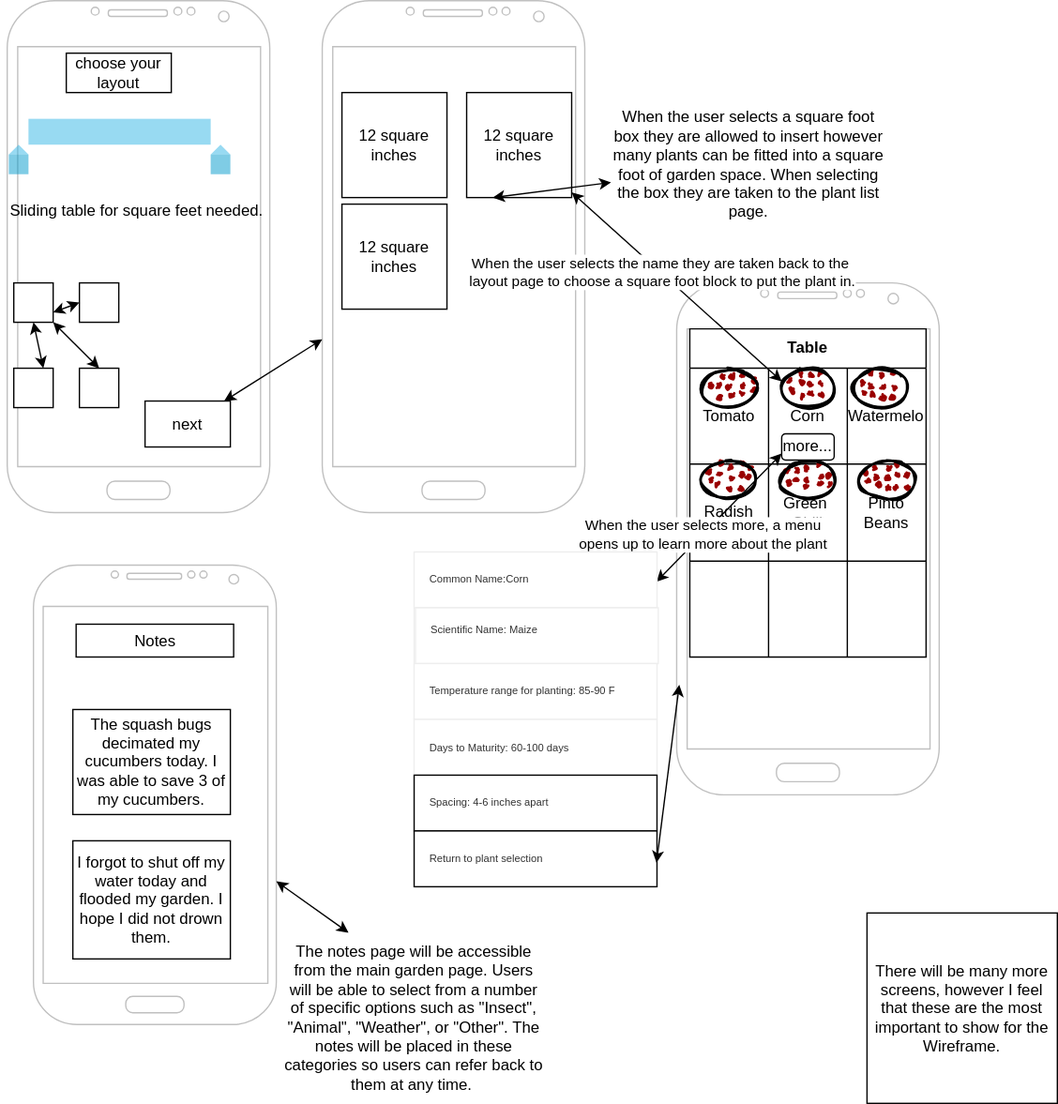
The draw.io diagram docs/img/wireframe.svg in ddc-java-12/personal-android-project-HDawson-coder, before a commit. Source tidied: cells renumbered, new cells last; positions are measured from the earlier drawing's top-left corner, leaving out a move shared by most shapes.
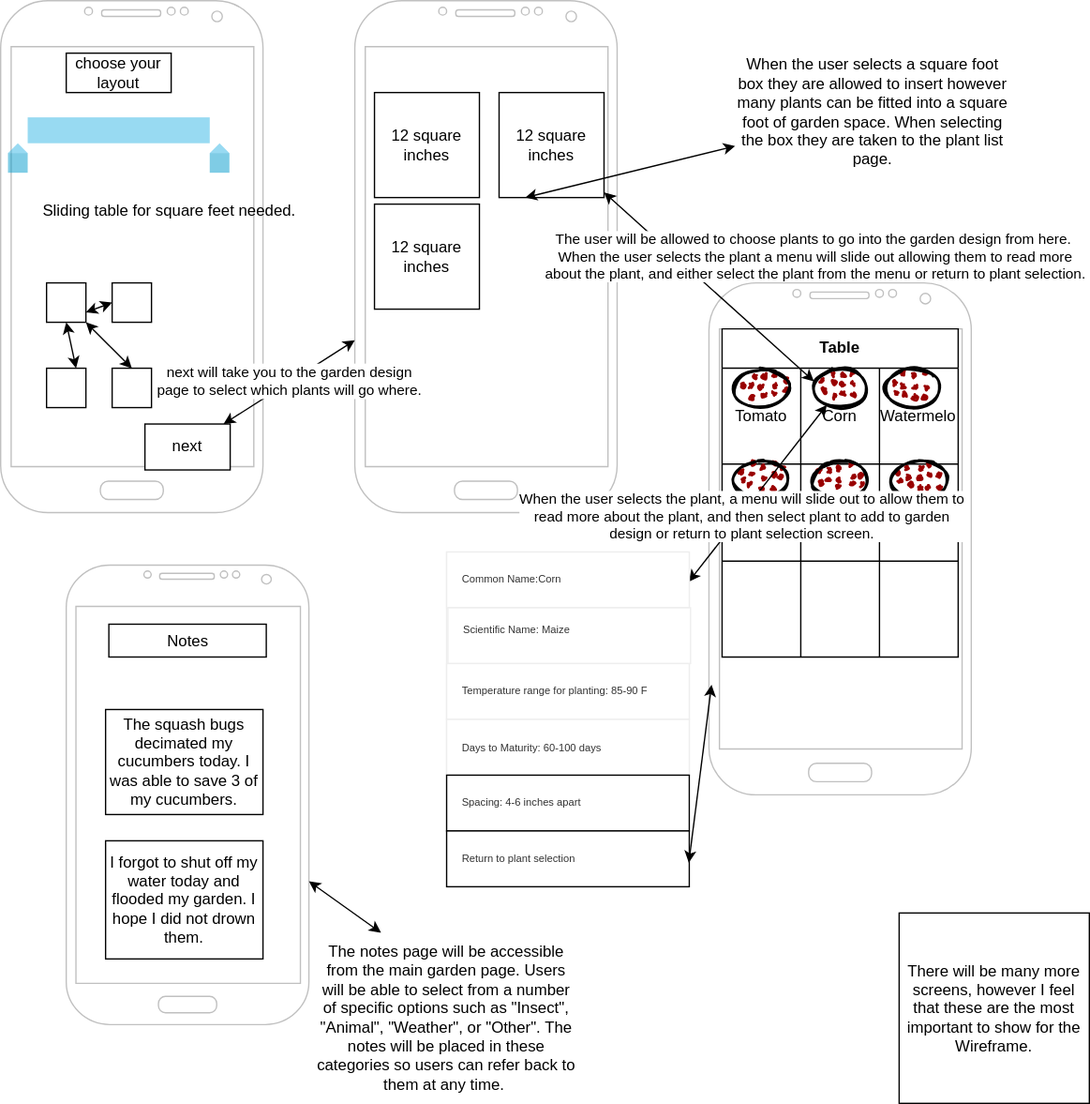
The same diagram one commit later.

Commit message:
Updated wireframe and erd.

The edit, as a diff of the source:
```diff
@@ -3,15 +3,15 @@
     <mxCell id="0" />
     <mxCell id="1" parent="0" />
     <mxCell id="2" style="verticalLabelPosition=bottom;verticalAlign=top;html=1;shadow=0;dashed=0;strokeWidth=1;shape=mxgraph.android.phone2;strokeColor=#c0c0c0;" parent="1" vertex="1">
-      <mxGeometry x="5" width="200" height="390" as="geometry" />
+      <mxGeometry x="-25" width="200" height="390" as="geometry" />
     </mxCell>
     <mxCell id="3" value="choose your layout" style="rounded=0;whiteSpace=wrap;html=1;" parent="1" vertex="1">
-      <mxGeometry x="50" y="40" width="80" height="30" as="geometry" />
+      <mxGeometry x="25" y="40" width="80" height="30" as="geometry" />
     </mxCell>
     <mxCell id="4" style="verticalLabelPosition=bottom;verticalAlign=top;html=1;shadow=0;dashed=0;strokeWidth=1;shape=mxgraph.android.phone2;strokeColor=#c0c0c0;" parent="1" vertex="1">
       <mxGeometry x="245" width="200" height="390" as="geometry" />
     </mxCell>
-    <mxCell id="5" style="endArrow=classic;startArrow=classic;html=1;" parent="1" edge="1" source="4" target="37">
+    <mxCell id="5" value="next will take you to the garden design &lt;br&gt;page to select which plants will go where." style="endArrow=classic;startArrow=classic;html=1;" parent="1" edge="1" source="4" target="37">
       <mxGeometry relative="1" as="geometry" />
     </mxCell>
     <mxCell id="6" style="verticalLabelPosition=bottom;verticalAlign=top;html=1;shadow=0;dashed=0;strokeWidth=1;shape=mxgraph.android.phone2;strokeColor=#c0c0c0;" parent="1" vertex="1">
@@ -75,12 +75,12 @@
       <mxGeometry x="655" y="350" width="40" height="30" as="geometry" />
     </mxCell>
     <mxCell id="26" style="verticalLabelPosition=bottom;verticalAlign=top;html=1;shadow=0;dashed=0;strokeWidth=1;shape=mxgraph.android.textSelHandles;fillColor=#33b5e5;strokeColor=#0099cc;" parent="1" vertex="1">
-      <mxGeometry x="6.2" y="90" width="168.8" height="42.2" as="geometry" />
+      <mxGeometry x="-19.4" y="88.9" width="168.8" height="42.2" as="geometry" />
     </mxCell>
-    <mxCell id="27" style="endArrow=classic;startArrow=classic;html=1;entryX=0.998;entryY=0.533;entryDx=0;entryDy=0;exitX=0;exitY=0.75;exitDx=0;exitDy=0;entryPerimeter=0;" parent="1" edge="1" source="53" target="46">
+    <mxCell id="27" style="endArrow=classic;startArrow=classic;html=1;entryX=0.998;entryY=0.533;entryDx=0;entryDy=0;entryPerimeter=0;" parent="1" edge="1" source="22" target="46">
       <mxGeometry relative="1" as="geometry" />
     </mxCell>
-    <mxCell id="28" value="When the user selects more, a menu &lt;br&gt;opens up to learn more about the plant" style="edgeLabel;html=1;align=center;verticalAlign=middle;" parent="27" vertex="1">
+    <mxCell id="28" value="When the user selects the plant, a menu will slide out to allow them to&lt;br&gt;read more about the plant, and then select plant to add to garden&lt;br&gt;design or return to plant selection screen." style="edgeLabel;html=1;align=center;verticalAlign=middle;" parent="27" vertex="1">
       <mxGeometry x="0.26" relative="1" as="geometry" />
     </mxCell>
     <mxCell id="29" value="Sliding table for square feet needed.&amp;nbsp;" style="text;html=1;align=center;verticalAlign=middle;" parent="1" vertex="1">
@@ -108,7 +108,7 @@
       <mxGeometry relative="1" as="geometry" />
     </mxCell>
     <mxCell id="37" value="next" style="rounded=0;whiteSpace=wrap;html=1;" parent="1" vertex="1">
-      <mxGeometry x="110" y="305" width="65" height="35" as="geometry" />
+      <mxGeometry x="85" y="322.5" width="65" height="35" as="geometry" />
     </mxCell>
     <mxCell id="38" value="12 square inches" style="whiteSpace=wrap;html=1;" parent="1" vertex="1">
       <mxGeometry x="355" y="70" width="80" height="80" as="geometry" />
@@ -120,7 +120,7 @@
       <mxGeometry x="260" y="70" width="80" height="80" as="geometry" />
     </mxCell>
     <mxCell id="41" value="When the user selects a square foot box they are allowed to insert however many plants can be fitted into a square foot of garden space. When selecting the box they are taken to the plant list page." style="text;html=1;strokeColor=none;fillColor=none;align=center;verticalAlign=middle;whiteSpace=wrap;rounded=0;" parent="1" vertex="1">
-      <mxGeometry x="465" y="60" width="210" height="130" as="geometry" />
+      <mxGeometry x="535" y="20" width="210" height="130" as="geometry" />
     </mxCell>
     <mxCell id="42" style="endArrow=classic;startArrow=classic;html=1;exitX=0.25;exitY=1;exitDx=0;exitDy=0;" parent="1" edge="1" source="38" target="41">
       <mxGeometry relative="1" as="geometry" />
@@ -130,8 +130,10 @@
         <mxPoint x="595" y="290" as="sourcePoint" />
       </mxGeometry>
     </mxCell>
-    <mxCell id="44" value="When the user selects the name they are taken back to the&amp;nbsp;&lt;br&gt;layout page to choose a square foot block to put the plant in." style="edgeLabel;html=1;align=center;verticalAlign=middle;" parent="43" vertex="1">
-      <mxGeometry x="0.16" y="-1" relative="1" as="geometry" />
+    <mxCell id="44" value="The user will be allowed to choose plants to go into the garden design from here.&amp;nbsp;&lt;br&gt;When the user selects the plant a menu will slide out allowing them to read more&lt;br&gt;about the plant, and either select the plant from the menu or return to plant selection." style="edgeLabel;html=1;align=center;verticalAlign=middle;" parent="43" vertex="1">
+      <mxGeometry x="0.16" y="-1" relative="1" as="geometry">
+        <mxPoint x="91.5" y="-11.3" as="offset" />
+      </mxGeometry>
     </mxCell>
     <mxCell id="45" style="strokeWidth=1;html=1;shadow=0;dashed=0;shape=mxgraph.android.rrect;rSize=0;strokeColor=#eeeeee;fillColor=#ffffff;gradientColor=none;" parent="1" vertex="1">
       <mxGeometry x="315" y="420" width="185" height="170" as="geometry" />
@@ -157,29 +159,26 @@
     <mxCell id="52" style="endArrow=classic;startArrow=classic;html=1;exitX=0.998;exitY=0.569;exitDx=0;exitDy=0;exitPerimeter=0;entryX=0.01;entryY=0.785;entryDx=0;entryDy=0;entryPerimeter=0;" parent="1" edge="1" source="51" target="6">
       <mxGeometry relative="1" as="geometry" />
     </mxCell>
-    <mxCell id="53" value="more..." style="rounded=1;whiteSpace=wrap;html=1;" parent="1" vertex="1">
-      <mxGeometry x="595" y="330" width="40" height="20" as="geometry" />
+    <mxCell id="53" style="verticalLabelPosition=bottom;verticalAlign=top;html=1;shadow=0;dashed=0;strokeWidth=1;shape=mxgraph.android.phone2;strokeColor=#c0c0c0;" parent="1" vertex="1">
+      <mxGeometry x="25" y="430" width="185" height="350" as="geometry" />
     </mxCell>
-    <mxCell id="54" style="verticalLabelPosition=bottom;verticalAlign=top;html=1;shadow=0;dashed=0;strokeWidth=1;shape=mxgraph.android.phone2;strokeColor=#c0c0c0;" parent="1" vertex="1">
-      <mxGeometry x="25" y="430" width="185" height="350" as="geometry" />
+    <mxCell id="54" value="Notes" style="rounded=0;whiteSpace=wrap;html=1;" parent="1" vertex="1">
+      <mxGeometry x="57.5" y="475" width="120" height="25" as="geometry" />
     </mxCell>
-    <mxCell id="55" value="Notes" style="rounded=0;whiteSpace=wrap;html=1;" parent="1" vertex="1">
-      <mxGeometry x="57.5" y="475" width="120" height="25" as="geometry" />
+    <mxCell id="55" value="The squash bugs decimated my cucumbers today. I was able to save 3 of my cucumbers." style="rounded=0;whiteSpace=wrap;html=1;" parent="1" vertex="1">
+      <mxGeometry x="55" y="540" width="120" height="80" as="geometry" />
     </mxCell>
-    <mxCell id="56" value="The squash bugs decimated my cucumbers today. I was able to save 3 of my cucumbers." style="rounded=0;whiteSpace=wrap;html=1;" parent="1" vertex="1">
-      <mxGeometry x="55" y="540" width="120" height="80" as="geometry" />
+    <mxCell id="56" value="I forgot to shut off my water today and flooded my garden. I hope I did not drown them." style="rounded=0;whiteSpace=wrap;html=1;" parent="1" vertex="1">
+      <mxGeometry x="55" y="640" width="120" height="90" as="geometry" />
     </mxCell>
-    <mxCell id="57" value="I forgot to shut off my water today and flooded my garden. I hope I did not drown them." style="rounded=0;whiteSpace=wrap;html=1;" parent="1" vertex="1">
-      <mxGeometry x="55" y="640" width="120" height="90" as="geometry" />
+    <mxCell id="57" value="The notes page will be accessible from the main garden page. Users will be able to select from a number of specific options such as &quot;Insect&quot;, &quot;Animal&quot;, &quot;Weather&quot;, or &quot;Other&quot;. The notes will be placed in these categories so users can refer back to them at any time.&amp;nbsp;" style="text;html=1;strokeColor=none;fillColor=none;align=center;verticalAlign=middle;whiteSpace=wrap;rounded=0;" parent="1" vertex="1">
+      <mxGeometry x="215" y="710" width="200" height="130" as="geometry" />
     </mxCell>
-    <mxCell id="58" value="The notes page will be accessible from the main garden page. Users will be able to select from a number of specific options such as &quot;Insect&quot;, &quot;Animal&quot;, &quot;Weather&quot;, or &quot;Other&quot;. The notes will be placed in these categories so users can refer back to them at any time.&amp;nbsp;" style="text;html=1;strokeColor=none;fillColor=none;align=center;verticalAlign=middle;whiteSpace=wrap;rounded=0;" parent="1" vertex="1">
-      <mxGeometry x="215" y="710" width="200" height="130" as="geometry" />
+    <mxCell id="58" style="endArrow=classic;startArrow=classic;html=1;exitX=0.25;exitY=0;exitDx=0;exitDy=0;" parent="1" edge="1" source="57" target="53">
+      <mxGeometry relative="1" as="geometry" />
     </mxCell>
-    <mxCell id="59" style="endArrow=classic;startArrow=classic;html=1;exitX=0.25;exitY=0;exitDx=0;exitDy=0;" parent="1" edge="1" source="58" target="54">
-      <mxGeometry relative="1" as="geometry" />
+    <mxCell id="59" value="There will be many more screens, however I feel that these are the most important to show for the Wireframe." style="whiteSpace=wrap;html=1;" parent="1" vertex="1">
+      <mxGeometry x="660" y="695" width="145" height="145" as="geometry" />
     </mxCell>
-    <mxCell id="60" value="There will be many more screens, however I feel that these are the most important to show for the Wireframe." style="whiteSpace=wrap;html=1;" parent="1" vertex="1">
-      <mxGeometry x="660" y="695" width="145" height="145" as="geometry" />
-    </mxCell>
   </root>
 </mxGraphModel>
```
